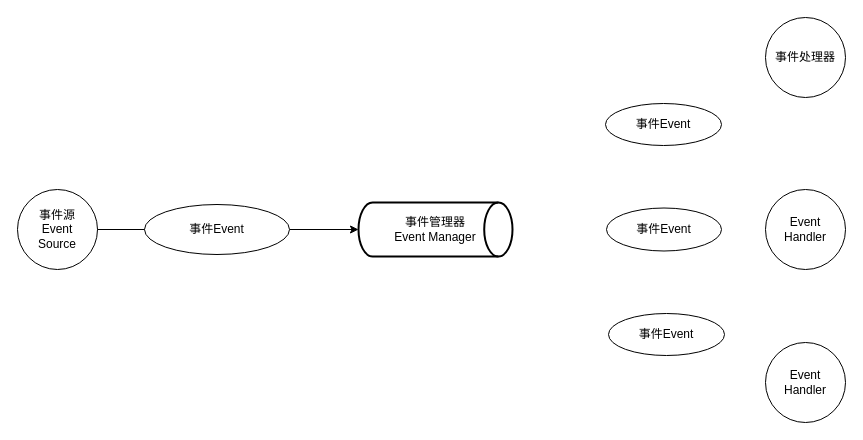
Above: 软考.drawio in xiaodongYao/DrawIO (draw.io), before the change. Source tidied: cells renumbered, new cells numbered last; positions are measured from the earlier drawing's top-left corner, leaving out a move shared by most shapes. Both pictures are drawn from the tidied source at 100%, with x=0, y=0 at pixel (17, 17).
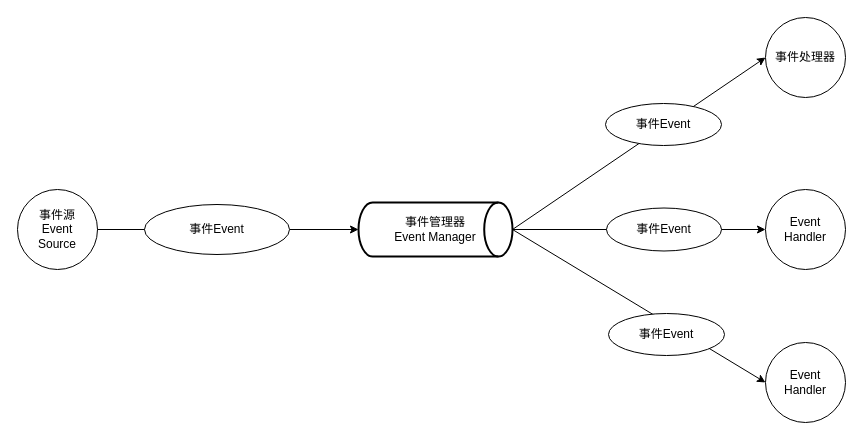
After the change.

Change to the diagram source:
```diff
@@
 <mxGraphModel>
   <root>
     <mxCell id="0" />
     <mxCell id="1" parent="0" />
     <mxCell id="2" style="edgeStyle=orthogonalEdgeStyle;rounded=0;jettySize=auto;html=1;" parent="1" edge="1" source="3" target="4">
       <mxGeometry relative="1" as="geometry" />
     </mxCell>
     <mxCell id="3" value="事件Event" style="ellipse;whiteSpace=wrap;html=1;" parent="1" vertex="1">
       <mxGeometry x="127" y="187" width="145" height="50" as="geometry" />
     </mxCell>
+    <mxCell id="13" style="rounded=0;jettySize=auto;html=1;exitX=1;exitY=0.5;exitDx=0;exitDy=0;exitPerimeter=0;entryX=0;entryY=0.5;entryDx=0;entryDy=0;" parent="1" edge="1" source="4" target="9">
+      <mxGeometry relative="1" as="geometry" />
+    </mxCell>
+    <mxCell id="14" style="edgeStyle=orthogonalEdgeStyle;rounded=0;jettySize=auto;html=1;exitX=1;exitY=0.5;exitDx=0;exitDy=0;exitPerimeter=0;entryX=0;entryY=0.5;entryDx=0;entryDy=0;" parent="1" edge="1" source="4" target="10">
+      <mxGeometry relative="1" as="geometry" />
+    </mxCell>
+    <mxCell id="15" style="rounded=0;jettySize=auto;html=1;exitX=1;exitY=0.5;exitDx=0;exitDy=0;exitPerimeter=0;entryX=0;entryY=0.5;entryDx=0;entryDy=0;" parent="1" edge="1" source="4" target="11">
+      <mxGeometry relative="1" as="geometry" />
+    </mxCell>
     <mxCell id="4" value="事件管理器&lt;br&gt;Event Manager" style="strokeWidth=2;html=1;shape=mxgraph.flowchart.direct_data;whiteSpace=wrap;" parent="1" vertex="1">
       <mxGeometry x="341" y="185" width="154" height="54" as="geometry" />
     </mxCell>
     <mxCell id="5" value="事件源&lt;br&gt;Event&lt;br&gt;Source" style="ellipse;whiteSpace=wrap;html=1;" parent="1" vertex="1">
       <mxGeometry y="172" width="80" height="80" as="geometry" />
     </mxCell>
     <mxCell id="6" value="事件Event" style="ellipse;whiteSpace=wrap;html=1;" parent="1" vertex="1">
       <mxGeometry x="589" y="190.5" width="115" height="43" as="geometry" />
     </mxCell>
     <mxCell id="7" value="事件Event" style="ellipse;whiteSpace=wrap;html=1;" parent="1" vertex="1">
       <mxGeometry x="588" y="86" width="116" height="42" as="geometry" />
     </mxCell>
     <mxCell id="8" value="事件Event" style="ellipse;whiteSpace=wrap;html=1;" parent="1" vertex="1">
       <mxGeometry x="591" y="296" width="116" height="42" as="geometry" />
     </mxCell>
     <mxCell id="9" value="事件处理器" style="ellipse;whiteSpace=wrap;html=1;" parent="1" vertex="1">
       <mxGeometry x="748" width="80" height="80" as="geometry" />
     </mxCell>
     <mxCell id="10" value="Event&lt;br&gt;Handler" style="ellipse;whiteSpace=wrap;html=1;" parent="1" vertex="1">
       <mxGeometry x="748" y="172" width="80" height="80" as="geometry" />
     </mxCell>
     <mxCell id="11" value="Event&lt;br style=&quot;border-color: var(--border-color);&quot;&gt;Handler" style="ellipse;whiteSpace=wrap;html=1;" parent="1" vertex="1">
       <mxGeometry x="748" y="325" width="80" height="80" as="geometry" />
     </mxCell>
     <mxCell id="12" style="endArrow=none;html=1;rounded=0;entryX=0;entryY=0.5;entryDx=0;entryDy=0;exitX=1;exitY=0.5;exitDx=0;exitDy=0;" parent="1" edge="1" source="5" target="3">
       <mxGeometry relative="1" as="geometry" />
     </mxCell>
   </root>
 </mxGraphModel>
```
